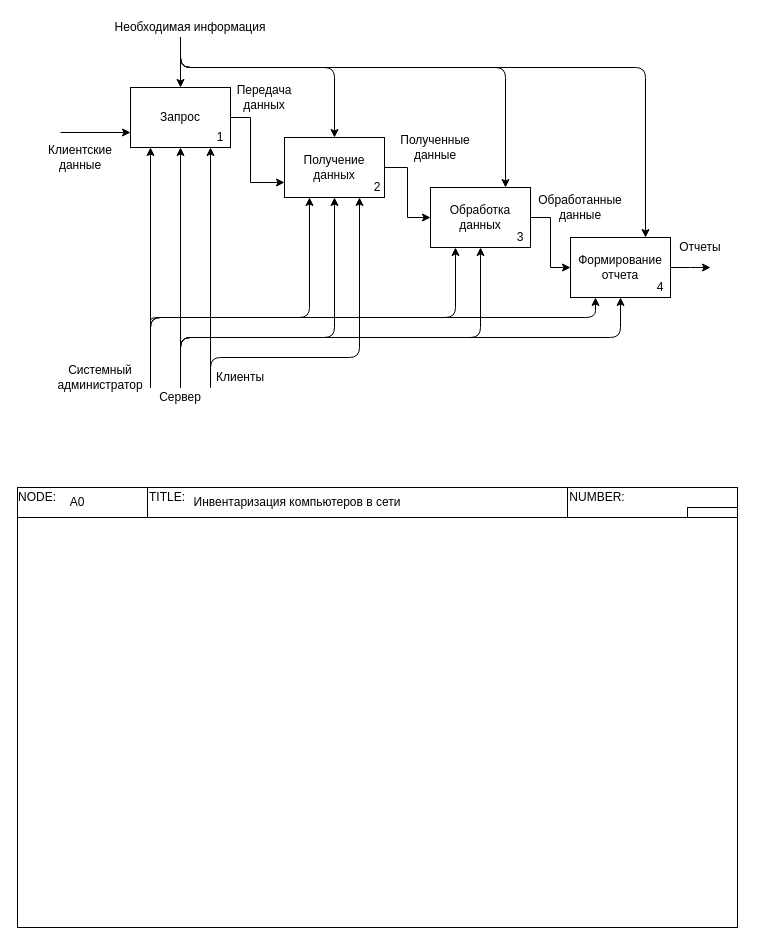
Above: Декомпозиция контекстной диаграммы.drawio in OhotnikovV/AvIS (draw.io), before the change. Source tidied: cells renumbered, new cells numbered last; positions are measured from the earlier drawing's top-left corner, leaving out a move shared by most shapes. Both pictures are drawn from the tidied source at 100%, with x=0, y=0 at pixel (17, 17).
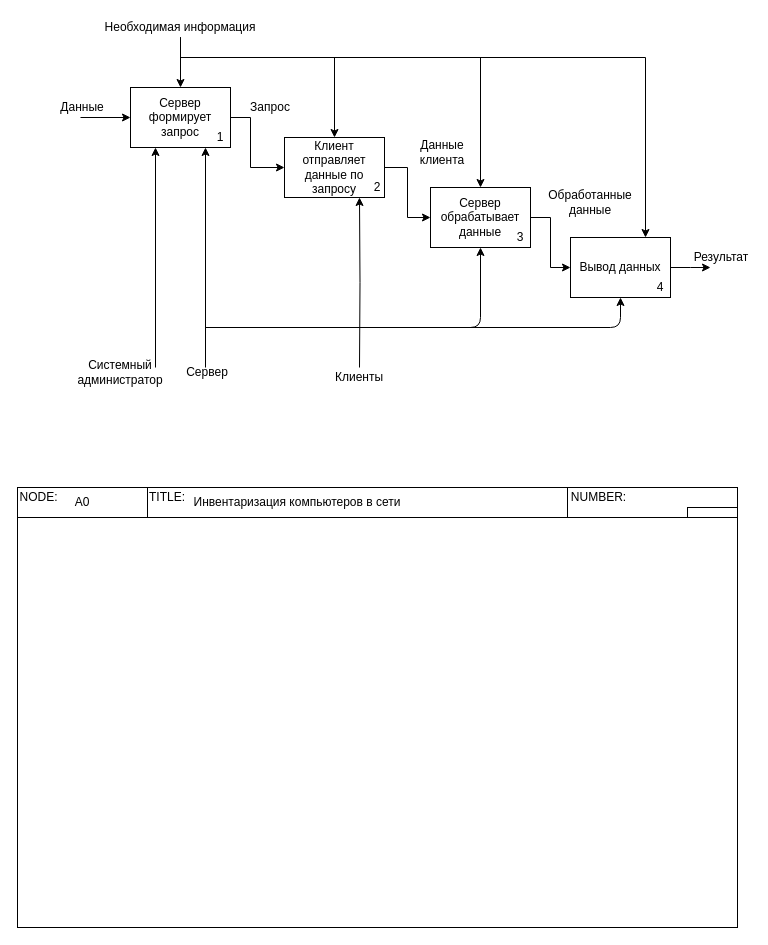
After the change.

Commit message:
Новая таблица

Unchanged cells that the change refers to:
```xml
<mxCell id="4" value="1" style="text;html=1;strokeColor=none;fillColor=none;align=center;verticalAlign=middle;whiteSpace=wrap;rounded=0;" parent="1" vertex="1">
  <mxGeometry x="193" y="110" width="20" height="20" as="geometry" />
</mxCell>
```

Change to the diagram source:
```diff
@@
-    <mxCell id="2" style="edgeStyle=orthogonalEdgeStyle;rounded=0;jettySize=auto;html=1;exitX=1;exitY=0.5;exitDx=0;exitDy=0;entryX=0;entryY=0.75;entryDx=0;entryDy=0;" parent="1" edge="1" source="3" target="11">
+    <mxCell id="2" style="edgeStyle=orthogonalEdgeStyle;rounded=0;jettySize=auto;html=1;exitX=1;exitY=0.5;exitDx=0;exitDy=0;entryX=0;entryY=0.5;entryDx=0;entryDy=0;" parent="1" edge="1" source="3" target="11">
       <mxGeometry relative="1" as="geometry">
         <Array as="points">
           <mxPoint x="233" y="100" />
-          <mxPoint x="233" y="165" />
+          <mxPoint x="233" y="150" />
         </Array>
       </mxGeometry>
     </mxCell>
-    <mxCell id="3" value="Запрос" style="rounded=0;whiteSpace=wrap;html=1;" parent="1" vertex="1">
+    <mxCell id="3" value="Сервер формирует запрос" style="rounded=0;whiteSpace=wrap;html=1;" parent="1" vertex="1">
       <mxGeometry x="113" y="70" width="100" height="60" as="geometry" />
     </mxCell>
@@
-    <mxCell id="6" value="Обработка данных" style="rounded=0;whiteSpace=wrap;html=1;" parent="1" vertex="1">
+    <mxCell id="6" value="Сервер обрабатывает данные" style="rounded=0;whiteSpace=wrap;html=1;" parent="1" vertex="1">
       <mxGeometry x="413" y="170" width="100" height="60" as="geometry" />
     </mxCell>
@@
-    <mxCell id="9" value="Формирование отчета" style="rounded=0;whiteSpace=wrap;html=1;" parent="1" vertex="1">
+    <mxCell id="9" value="Вывод данных" style="rounded=0;whiteSpace=wrap;html=1;" parent="1" vertex="1">
       <mxGeometry x="553" y="220" width="100" height="60" as="geometry" />
     </mxCell>
@@
-    <mxCell id="11" value="Получение данных" style="rounded=0;whiteSpace=wrap;html=1;" parent="1" vertex="1">
+    <mxCell id="11" value="Клиент отправляет данные по запросу" style="rounded=0;whiteSpace=wrap;html=1;" parent="1" vertex="1">
       <mxGeometry x="267" y="120" width="100" height="60" as="geometry" />
     </mxCell>
@@
-    <mxCell id="13" value="Полученные данные" style="text;html=1;strokeColor=none;fillColor=none;align=center;verticalAlign=middle;whiteSpace=wrap;rounded=0;" parent="1" vertex="1">
-      <mxGeometry x="383" y="120" width="70" height="20" as="geometry" />
+    <mxCell id="13" value="Данные клиента" style="text;html=1;strokeColor=none;fillColor=none;align=center;verticalAlign=middle;whiteSpace=wrap;rounded=0;" parent="1" vertex="1">
+      <mxGeometry x="390" y="120" width="70" height="30" as="geometry" />
     </mxCell>
     <mxCell id="14" value="Обработанные данные" style="text;html=1;strokeColor=none;fillColor=none;align=center;verticalAlign=middle;whiteSpace=wrap;rounded=0;" parent="1" vertex="1">
-      <mxGeometry x="543" y="180" width="40" height="20" as="geometry" />
+      <mxGeometry x="533" y="170" width="80" height="30" as="geometry" />
     </mxCell>
+    <mxCell id="48" style="edgeStyle=orthogonalEdgeStyle;rounded=0;jettySize=auto;html=1;exitX=0.5;exitY=1;exitDx=0;exitDy=0;entryX=0.5;entryY=0;entryDx=0;entryDy=0;" parent="1" edge="1" source="15" target="3">
+      <mxGeometry relative="1" as="geometry" />
+    </mxCell>
+    <mxCell id="49" style="edgeStyle=orthogonalEdgeStyle;rounded=0;jettySize=auto;html=1;exitX=0.5;exitY=1;exitDx=0;exitDy=0;entryX=0.5;entryY=0;entryDx=0;entryDy=0;" parent="1" edge="1" source="15" target="11">
+      <mxGeometry relative="1" as="geometry">
+        <Array as="points">
+          <mxPoint x="163" y="40" />
+          <mxPoint x="317" y="40" />
+        </Array>
+      </mxGeometry>
+    </mxCell>
+    <mxCell id="50" style="edgeStyle=orthogonalEdgeStyle;rounded=0;jettySize=auto;html=1;exitX=0.5;exitY=1;exitDx=0;exitDy=0;entryX=0.5;entryY=0;entryDx=0;entryDy=0;" parent="1" edge="1" source="15" target="6">
+      <mxGeometry relative="1" as="geometry">
+        <Array as="points">
+          <mxPoint x="163" y="40" />
+          <mxPoint x="463" y="40" />
+        </Array>
+      </mxGeometry>
+    </mxCell>
+    <mxCell id="51" style="edgeStyle=orthogonalEdgeStyle;rounded=0;jettySize=auto;html=1;exitX=0.5;exitY=1;exitDx=0;exitDy=0;entryX=0.75;entryY=0;entryDx=0;entryDy=0;" parent="1" edge="1" source="15" target="9">
+      <mxGeometry relative="1" as="geometry">
+        <Array as="points">
+          <mxPoint x="163" y="40" />
+          <mxPoint x="628" y="40" />
+        </Array>
+      </mxGeometry>
+    </mxCell>
     <mxCell id="15" value="Необходимая информация" style="text;html=1;strokeColor=none;fillColor=none;align=center;verticalAlign=middle;whiteSpace=wrap;rounded=0;" parent="1" vertex="1">
-      <mxGeometry x="93" width="160" height="20" as="geometry" />
+      <mxGeometry x="83" width="160" height="20" as="geometry" />
     </mxCell>
-    <mxCell id="16" value="Клиентские данные" style="text;html=1;strokeColor=none;fillColor=none;align=center;verticalAlign=middle;whiteSpace=wrap;rounded=0;" parent="1" vertex="1">
-      <mxGeometry x="43" y="130" width="40" height="20" as="geometry" />
+    <mxCell id="16" value="Данные" style="text;html=1;strokeColor=none;fillColor=none;align=center;verticalAlign=middle;whiteSpace=wrap;rounded=0;" parent="1" vertex="1">
+      <mxGeometry x="45" y="80" width="40" height="20" as="geometry" />
     </mxCell>
-    <mxCell id="17" style="endArrow=classic;html=1;entryX=0;entryY=0.75;entryDx=0;entryDy=0;" parent="1" edge="1" target="3">
+    <mxCell id="17" style="endArrow=classic;html=1;entryX=0;entryY=0.5;entryDx=0;entryDy=0;" parent="1" edge="1" target="3">
       <mxGeometry relative="1" as="geometry">
-        <mxPoint x="43" y="115" as="sourcePoint" />
+        <mxPoint x="63" y="100" as="sourcePoint" />
       </mxGeometry>
     </mxCell>
-    <mxCell id="18" style="endArrow=classic;html=1;entryX=0.5;entryY=0;entryDx=0;entryDy=0;" parent="1" edge="1" target="3">
-      <mxGeometry relative="1" as="geometry">
-        <mxPoint x="163" y="20" as="sourcePoint" />
-      </mxGeometry>
-    </mxCell>
-    <mxCell id="19" style="endArrow=classic;html=1;entryX=0.75;entryY=0;entryDx=0;entryDy=0;" parent="1" edge="1" target="9">
-      <mxGeometry relative="1" as="geometry">
-        <mxPoint x="163" y="20" as="sourcePoint" />
-        <Array as="points">
-          <mxPoint x="163" y="50" />
-          <mxPoint x="628" y="50" />
-        </Array>
-      </mxGeometry>
-    </mxCell>
-    <mxCell id="20" value="Отчеты" style="text;html=1;strokeColor=none;fillColor=none;align=center;verticalAlign=middle;whiteSpace=wrap;rounded=0;" parent="1" vertex="1">
-      <mxGeometry x="663" y="220" width="40" height="20" as="geometry" />
+    <mxCell id="20" value="Результат" style="text;html=1;strokeColor=none;fillColor=none;align=center;verticalAlign=middle;whiteSpace=wrap;rounded=0;" parent="1" vertex="1">
+      <mxGeometry x="675" y="230" width="58" height="20" as="geometry" />
     </mxCell>
-    <mxCell id="21" style="endArrow=classic;html=1;entryX=0.5;entryY=0;entryDx=0;entryDy=0;" parent="1" edge="1" target="11">
-      <mxGeometry relative="1" as="geometry">
-        <mxPoint x="163" y="20" as="sourcePoint" />
-        <Array as="points">
-          <mxPoint x="163" y="50" />
-          <mxPoint x="317" y="50" />
-        </Array>
-      </mxGeometry>
-    </mxCell>
-    <mxCell id="22" style="endArrow=classic;html=1;entryX=0.75;entryY=0;entryDx=0;entryDy=0;" parent="1" edge="1" target="6">
-      <mxGeometry relative="1" as="geometry">
-        <mxPoint x="163" y="20" as="sourcePoint" />
-        <Array as="points">
-          <mxPoint x="163" y="50" />
-          <mxPoint x="488" y="50" />
-        </Array>
-      </mxGeometry>
-    </mxCell>
-    <mxCell id="23" style="endArrow=classic;html=1;entryX=0.5;entryY=1;entryDx=0;entryDy=0;" parent="1" edge="1">
-      <mxGeometry relative="1" as="geometry">
-        <mxPoint x="133" y="370" as="sourcePoint" />
-        <mxPoint x="133" y="130" as="targetPoint" />
-      </mxGeometry>
-    </mxCell>
-    <mxCell id="24" style="endArrow=classic;html=1;entryX=0.25;entryY=1;entryDx=0;entryDy=0;" parent="1" edge="1" target="9">
-      <mxGeometry relative="1" as="geometry">
-        <mxPoint x="133" y="370" as="sourcePoint" />
-        <Array as="points">
-          <mxPoint x="133" y="310" />
-          <mxPoint x="133" y="300" />
-          <mxPoint x="578" y="300" />
-        </Array>
-      </mxGeometry>
-    </mxCell>
-    <mxCell id="25" style="endArrow=classic;html=1;entryX=0;entryY=1;entryDx=0;entryDy=0;" parent="1" edge="1" target="4">
-      <mxGeometry relative="1" as="geometry">
-        <mxPoint x="193" y="370" as="sourcePoint" />
-      </mxGeometry>
-    </mxCell>
-    <mxCell id="26" style="endArrow=classic;html=1;entryX=0.75;entryY=1;entryDx=0;entryDy=0;" parent="1" edge="1" target="11">
-      <mxGeometry relative="1" as="geometry">
-        <mxPoint x="193" y="370" as="sourcePoint" />
-        <Array as="points">
-          <mxPoint x="193" y="340" />
-          <mxPoint x="342" y="340" />
-        </Array>
-      </mxGeometry>
-    </mxCell>
-    <mxCell id="27" style="endArrow=classic;html=1;entryX=0.25;entryY=1;entryDx=0;entryDy=0;" parent="1" edge="1" target="11">
-      <mxGeometry relative="1" as="geometry">
-        <mxPoint x="133" y="370" as="sourcePoint" />
-        <Array as="points">
-          <mxPoint x="133" y="300" />
-          <mxPoint x="292" y="300" />
-        </Array>
-      </mxGeometry>
-    </mxCell>
-    <mxCell id="28" style="endArrow=classic;html=1;entryX=0.25;entryY=1;entryDx=0;entryDy=0;" parent="1" edge="1" target="6">
-      <mxGeometry relative="1" as="geometry">
-        <mxPoint x="133" y="370" as="sourcePoint" />
-        <Array as="points">
-          <mxPoint x="133" y="300" />
-          <mxPoint x="438" y="300" />
-        </Array>
-      </mxGeometry>
-    </mxCell>
     <mxCell id="29" value="Системный администратор" style="text;html=1;strokeColor=none;fillColor=none;align=center;verticalAlign=middle;whiteSpace=wrap;rounded=0;" parent="1" vertex="1">
-      <mxGeometry x="63" y="350" width="40" height="20" as="geometry" />
+      <mxGeometry x="63" y="340" width="80" height="30" as="geometry" />
     </mxCell>
     <mxCell id="30" value="Сервер" style="text;html=1;strokeColor=none;fillColor=none;align=center;verticalAlign=middle;whiteSpace=wrap;rounded=0;" parent="1" vertex="1">
-      <mxGeometry x="143" y="370" width="40" height="20" as="geometry" />
+      <mxGeometry x="170" y="345" width="40" height="20" as="geometry" />
     </mxCell>
@@
     <mxCell id="36" value="NODE:" style="text;html=1;strokeColor=none;fillColor=none;align=center;verticalAlign=middle;whiteSpace=wrap;rounded=0;" parent="1" vertex="1">
-      <mxGeometry y="470" width="40" height="20" as="geometry" />
+      <mxGeometry y="470" width="43" height="20" as="geometry" />
     </mxCell>
     <mxCell id="37" value="A0" style="text;html=1;strokeColor=none;fillColor=none;align=center;verticalAlign=middle;whiteSpace=wrap;rounded=0;" parent="1" vertex="1">
-      <mxGeometry x="40" y="475" width="40" height="20" as="geometry" />
+      <mxGeometry x="45" y="475" width="40" height="20" as="geometry" />
     </mxCell>
@@
     <mxCell id="39" value="NUMBER:" style="text;html=1;strokeColor=none;fillColor=none;align=center;verticalAlign=middle;whiteSpace=wrap;rounded=0;" parent="1" vertex="1">
-      <mxGeometry x="550" y="470" width="60" height="20" as="geometry" />
+      <mxGeometry x="550" y="470" width="63" height="20" as="geometry" />
     </mxCell>
@@
+    <mxCell id="52" style="edgeStyle=orthogonalEdgeStyle;rounded=0;jettySize=auto;html=1;entryX=0.75;entryY=1;entryDx=0;entryDy=0;" parent="1" edge="1" target="11">
+      <mxGeometry relative="1" as="geometry">
+        <mxPoint x="342" y="350" as="sourcePoint" />
+      </mxGeometry>
+    </mxCell>
     <mxCell id="41" value="Клиенты" style="text;html=1;strokeColor=none;fillColor=none;align=center;verticalAlign=middle;whiteSpace=wrap;rounded=0;" parent="1" vertex="1">
-      <mxGeometry x="203" y="350" width="40" height="20" as="geometry" />
+      <mxGeometry x="317" y="350" width="50" height="20" as="geometry" />
     </mxCell>
-    <mxCell id="42" style="endArrow=classic;html=1;entryX=0.5;entryY=1;entryDx=0;entryDy=0;" parent="1" edge="1" target="3">
-      <mxGeometry relative="1" as="geometry">
-        <mxPoint x="163" y="340" as="sourcePoint" />
-      </mxGeometry>
-    </mxCell>
-    <mxCell id="43" style="endArrow=classic;html=1;exitX=0.5;exitY=0;exitDx=0;exitDy=0;entryX=0.5;entryY=1;entryDx=0;entryDy=0;" parent="1" edge="1" source="30" target="11">
-      <mxGeometry relative="1" as="geometry">
-        <Array as="points">
-          <mxPoint x="163" y="320" />
-          <mxPoint x="317" y="320" />
-        </Array>
-      </mxGeometry>
-    </mxCell>
-    <mxCell id="44" style="endArrow=classic;html=1;entryX=0.5;entryY=1;entryDx=0;entryDy=0;" parent="1" edge="1" target="9">
-      <mxGeometry relative="1" as="geometry">
-        <mxPoint x="163" y="370" as="sourcePoint" />
-        <Array as="points">
-          <mxPoint x="163" y="320" />
-          <mxPoint x="603" y="320" />
-        </Array>
-      </mxGeometry>
-    </mxCell>
-    <mxCell id="45" style="endArrow=classic;html=1;entryX=0.5;entryY=1;entryDx=0;entryDy=0;exitX=0.5;exitY=0;exitDx=0;exitDy=0;" parent="1" edge="1" source="30" target="6">
-      <mxGeometry relative="1" as="geometry">
-        <Array as="points">
-          <mxPoint x="163" y="320" />
-          <mxPoint x="463" y="320" />
-        </Array>
-      </mxGeometry>
-    </mxCell>
-    <mxCell id="46" value="Передача данных" style="text;html=1;strokeColor=none;fillColor=none;align=center;verticalAlign=middle;whiteSpace=wrap;rounded=0;" parent="1" vertex="1">
-      <mxGeometry x="227" y="70" width="40" height="20" as="geometry" />
+    <mxCell id="46" value="Запрос" style="text;html=1;strokeColor=none;fillColor=none;align=center;verticalAlign=middle;whiteSpace=wrap;rounded=0;" parent="1" vertex="1">
+      <mxGeometry x="233" y="80" width="40" height="20" as="geometry" />
     </mxCell>
@@
+    <mxCell id="53" style="endArrow=classic;html=1;entryX=0.75;entryY=1;entryDx=0;entryDy=0;" parent="1" edge="1" target="3">
+      <mxGeometry relative="1" as="geometry">
+        <mxPoint x="188" y="350" as="sourcePoint" />
+      </mxGeometry>
+    </mxCell>
+    <mxCell id="54" style="endArrow=classic;html=1;entryX=0.5;entryY=1;entryDx=0;entryDy=0;" parent="1" edge="1" target="9">
+      <mxGeometry relative="1" as="geometry">
+        <mxPoint x="188" y="310" as="sourcePoint" />
+        <Array as="points">
+          <mxPoint x="603" y="310" />
+        </Array>
+      </mxGeometry>
+    </mxCell>
+    <mxCell id="55" style="endArrow=classic;html=1;entryX=0.5;entryY=1;entryDx=0;entryDy=0;" parent="1" edge="1" target="6">
+      <mxGeometry relative="1" as="geometry">
+        <mxPoint x="193" y="310" as="sourcePoint" />
+        <Array as="points">
+          <mxPoint x="463" y="310" />
+        </Array>
+      </mxGeometry>
+    </mxCell>
+    <mxCell id="56" style="endArrow=classic;html=1;entryX=0.25;entryY=1;entryDx=0;entryDy=0;" parent="1" edge="1" target="3">
+      <mxGeometry relative="1" as="geometry">
+        <mxPoint x="138" y="350" as="sourcePoint" />
+      </mxGeometry>
+    </mxCell>
```
